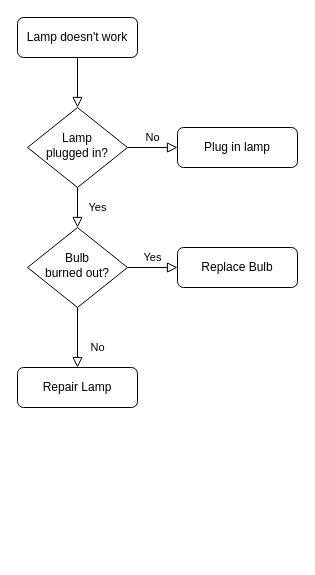
Before: autoheal-db.drawio in mauricewei/flowchart, a draw.io diagram. Source tidied: cells renumbered, new cells numbered last; positions are measured from the earlier drawing's top-left corner, leaving out a move shared by most shapes. Both pictures are drawn from the tidied source at 100%, with x=0, y=0 at pixel (17, 17).
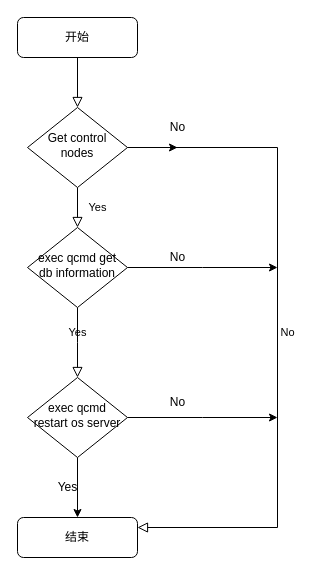
Above is the later version.

Change to the diagram source:
```diff
@@
-    <mxCell id="3" value="Lamp doesn't work" style="rounded=1;whiteSpace=wrap;html=1;fontSize=12;glass=0;strokeWidth=1;shadow=0;" parent="1" vertex="1">
+    <mxCell id="3" value="开始" style="rounded=1;whiteSpace=wrap;html=1;fontSize=12;glass=0;strokeWidth=1;shadow=0;" parent="1" vertex="1">
       <mxGeometry width="120" height="40" as="geometry" />
     </mxCell>
@@
-    <mxCell id="5" value="No" style="edgeStyle=orthogonalEdgeStyle;rounded=0;html=1;jettySize=auto;fontSize=11;endArrow=block;endFill=0;endSize=8;strokeWidth=1;shadow=0;labelBackgroundColor=none;" parent="1" edge="1" source="6" target="7">
-      <mxGeometry y="10" relative="1" as="geometry" />
+    <mxCell id="5" value="No" style="edgeStyle=orthogonalEdgeStyle;rounded=0;html=1;jettySize=auto;fontSize=11;endArrow=block;endFill=0;endSize=8;strokeWidth=1;shadow=0;labelBackgroundColor=none;entryX=1;entryY=0.25;entryDx=0;entryDy=0;" parent="1" edge="1" source="6" target="11">
+      <mxGeometry y="10" relative="1" as="geometry">
+        <Array as="points">
+          <mxPoint x="260" y="130" />
+          <mxPoint x="260" y="510" />
+        </Array>
+      </mxGeometry>
     </mxCell>
+    <mxCell id="13" style="edgeStyle=orthogonalEdgeStyle;rounded=0;jettySize=auto;html=1;" parent="1" edge="1" source="6">
+      <mxGeometry relative="1" as="geometry">
+        <mxPoint x="160" y="130" as="targetPoint" />
+      </mxGeometry>
+    </mxCell>
-    <mxCell id="6" value="Lamp&lt;br&gt;plugged in?" style="rhombus;whiteSpace=wrap;html=1;shadow=0;fontFamily=Helvetica;fontSize=12;align=center;strokeWidth=1;spacing=6;spacingTop=-4;" parent="1" vertex="1">
+    <mxCell id="6" value="Get control nodes" style="rhombus;whiteSpace=wrap;html=1;shadow=0;fontFamily=Helvetica;fontSize=12;align=center;strokeWidth=1;spacing=6;spacingTop=-4;" parent="1" vertex="1">
       <mxGeometry x="10" y="90" width="100" height="80" as="geometry" />
     </mxCell>
-    <mxCell id="7" value="Plug in lamp" style="rounded=1;whiteSpace=wrap;html=1;fontSize=12;glass=0;strokeWidth=1;shadow=0;" parent="1" vertex="1">
-      <mxGeometry x="160" y="110" width="120" height="40" as="geometry" />
-    </mxCell>
-    <mxCell id="8" value="No" style="rounded=0;html=1;jettySize=auto;fontSize=11;endArrow=block;endFill=0;endSize=8;strokeWidth=1;shadow=0;labelBackgroundColor=none;edgeStyle=orthogonalEdgeStyle;" parent="1" edge="1" source="10" target="11">
-      <mxGeometry x="0.33" y="20" relative="1" as="geometry" />
+    <mxCell id="8" value="Yes" style="rounded=0;html=1;jettySize=auto;fontSize=11;endArrow=block;endFill=0;endSize=8;strokeWidth=1;shadow=0;labelBackgroundColor=none;edgeStyle=orthogonalEdgeStyle;startArrow=none;exitX=0.5;exitY=1;exitDx=0;exitDy=0;" parent="1" edge="1" source="10">
+      <mxGeometry y="10" relative="1" as="geometry">
+        <mxPoint x="60" y="360" as="targetPoint" />
+      </mxGeometry>
     </mxCell>
-    <mxCell id="9" value="Yes" style="edgeStyle=orthogonalEdgeStyle;rounded=0;html=1;jettySize=auto;fontSize=11;endArrow=block;endFill=0;endSize=8;strokeWidth=1;shadow=0;labelBackgroundColor=none;" parent="1" edge="1" source="10" target="12">
-      <mxGeometry y="10" relative="1" as="geometry" />
-    </mxCell>
+    <mxCell id="14" style="edgeStyle=orthogonalEdgeStyle;rounded=0;jettySize=auto;html=1;" parent="1" edge="1" source="10">
+      <mxGeometry relative="1" as="geometry">
+        <mxPoint x="260" y="250" as="targetPoint" />
+      </mxGeometry>
+    </mxCell>
-    <mxCell id="10" value="Bulb&lt;br&gt;burned out?" style="rhombus;whiteSpace=wrap;html=1;shadow=0;fontFamily=Helvetica;fontSize=12;align=center;strokeWidth=1;spacing=6;spacingTop=-4;" parent="1" vertex="1">
+    <mxCell id="10" value="exec qcmd get db information" style="rhombus;whiteSpace=wrap;html=1;shadow=0;fontFamily=Helvetica;fontSize=12;align=center;strokeWidth=1;spacing=6;spacingTop=-4;" parent="1" vertex="1">
       <mxGeometry x="10" y="210" width="100" height="80" as="geometry" />
     </mxCell>
-    <mxCell id="11" value="Repair Lamp" style="rounded=1;whiteSpace=wrap;html=1;fontSize=12;glass=0;strokeWidth=1;shadow=0;" parent="1" vertex="1">
-      <mxGeometry y="350" width="120" height="40" as="geometry" />
+    <mxCell id="11" value="结束" style="rounded=1;whiteSpace=wrap;html=1;fontSize=12;glass=0;strokeWidth=1;shadow=0;" parent="1" vertex="1">
+      <mxGeometry y="500" width="120" height="40" as="geometry" />
     </mxCell>
-    <mxCell id="12" value="Replace Bulb" style="rounded=1;whiteSpace=wrap;html=1;fontSize=12;glass=0;strokeWidth=1;shadow=0;" parent="1" vertex="1">
-      <mxGeometry x="160" y="230" width="120" height="40" as="geometry" />
-    </mxCell>
+    <mxCell id="15" value="No" style="text;html=1;align=center;verticalAlign=middle;strokeColor=none;fillColor=none;" parent="1" vertex="1">
+      <mxGeometry x="140" y="95" width="40" height="30" as="geometry" />
+    </mxCell>
+    <mxCell id="16" value="No" style="text;html=1;align=center;verticalAlign=middle;strokeColor=none;fillColor=none;" parent="1" vertex="1">
+      <mxGeometry x="140" y="225" width="40" height="30" as="geometry" />
+    </mxCell>
+    <mxCell id="17" style="edgeStyle=orthogonalEdgeStyle;rounded=0;jettySize=auto;html=1;entryX=0.5;entryY=0;entryDx=0;entryDy=0;" parent="1" edge="1" source="19" target="11">
+      <mxGeometry relative="1" as="geometry" />
+    </mxCell>
+    <mxCell id="18" style="edgeStyle=orthogonalEdgeStyle;rounded=0;jettySize=auto;html=1;" parent="1" edge="1" source="19">
+      <mxGeometry relative="1" as="geometry">
+        <mxPoint x="260" y="400" as="targetPoint" />
+      </mxGeometry>
+    </mxCell>
+    <mxCell id="19" value="exec qcmd restart os server" style="rhombus;whiteSpace=wrap;html=1;shadow=0;fontFamily=Helvetica;fontSize=12;align=center;strokeWidth=1;spacing=6;spacingTop=-4;" parent="1" vertex="1">
+      <mxGeometry x="10" y="360" width="100" height="80" as="geometry" />
+    </mxCell>
+    <mxCell id="9" value="Yes" style="text;html=1;align=center;verticalAlign=middle;strokeColor=none;fillColor=none;" parent="1" vertex="1">
+      <mxGeometry x="30" y="455" width="40" height="30" as="geometry" />
+    </mxCell>
+    <mxCell id="20" value="No" style="text;html=1;align=center;verticalAlign=middle;strokeColor=none;fillColor=none;" parent="1" vertex="1">
+      <mxGeometry x="140" y="370" width="40" height="30" as="geometry" />
+    </mxCell>
```
